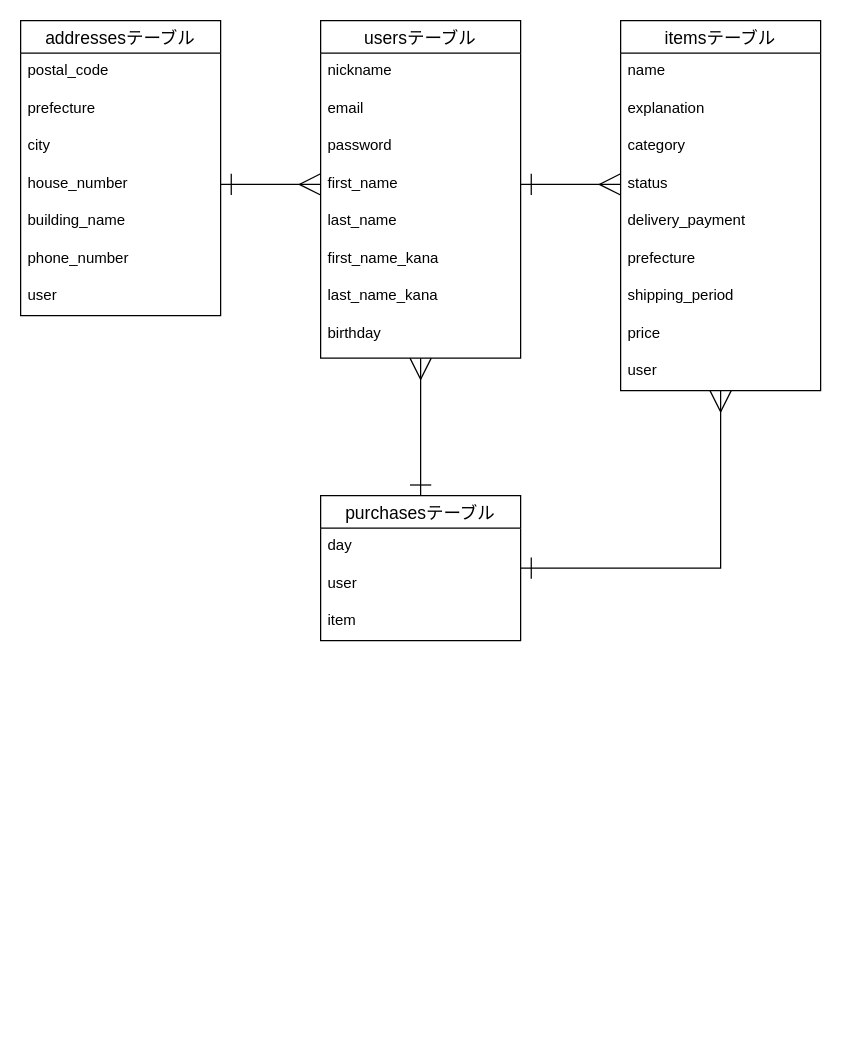
Before: ER.dio in TechMura/furima-30319, a draw.io diagram. Source tidied: cells renumbered, new cells numbered last; positions are measured from the earlier drawing's top-left corner, leaving out a move shared by most shapes. Both pictures are drawn from the tidied source at 125%, with x=0, y=0 at pixel (20, 20).
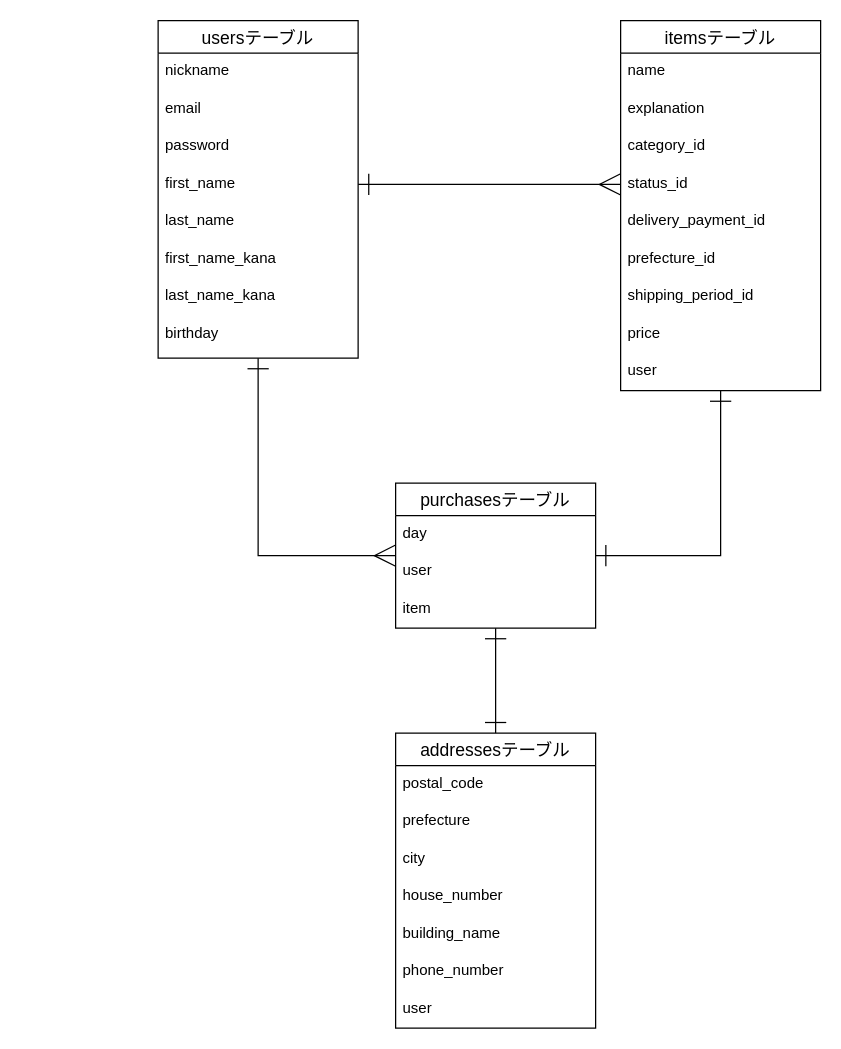
The same page after the edit.

The change refers to these unchanged cells:
```xml
<mxCell id="2" value="itemsテーブル" style="swimlane;fontStyle=0;horizontal=1;startSize=26;align=center;fontSize=14;" parent="1" vertex="1">
  <mxGeometry x="480" width="160" height="296" as="geometry" />
</mxCell>
<mxCell id="19" value="first_name" style="text;strokeColor=none;fillColor=none;spacingLeft=4;spacingRight=4;overflow=hidden;points=[[0,0.5],[1,0.5]];portConstraint=eastwest;fontSize=12;" parent="15" vertex="1">
  <mxGeometry y="116" width="160" height="30" as="geometry" />
</mxCell>
<mxCell id="28" value="house_number" style="text;strokeColor=none;fillColor=none;spacingLeft=4;spacingRight=4;overflow=hidden;points=[[0,0.5],[1,0.5]];portConstraint=eastwest;fontSize=12;" parent="24" vertex="1">
  <mxGeometry y="116" width="160" height="30" as="geometry" />
</mxCell>
```

The edit, as a diff of the source:
```diff
@@
+    <mxCell id="14" style="edgeStyle=orthogonalEdgeStyle;rounded=0;jumpSize=6;jettySize=auto;html=1;entryX=0.998;entryY=0.067;entryDx=0;entryDy=0;startArrow=ERone;startFill=0;startSize=15;endArrow=ERone;endFill=0;endSize=15;strokeWidth=1;entryPerimeter=0;" parent="1" edge="1" source="2" target="35">
+      <mxGeometry relative="1" as="geometry" />
+    </mxCell>
@@
-    <mxCell id="5" value="category" style="text;strokeColor=none;fillColor=none;spacingLeft=4;spacingRight=4;overflow=hidden;fontSize=12;" parent="2" vertex="1">
+    <mxCell id="5" value="category_id" style="text;strokeColor=none;fillColor=none;spacingLeft=4;spacingRight=4;overflow=hidden;fontSize=12;" parent="2" vertex="1">
       <mxGeometry y="86" width="160" height="30" as="geometry" />
     </mxCell>
-    <mxCell id="6" value="status" style="text;strokeColor=none;fillColor=none;spacingLeft=4;spacingRight=4;overflow=hidden;points=[[0,0.5],[1,0.5]];portConstraint=eastwest;fontSize=12;" parent="2" vertex="1">
+    <mxCell id="6" value="status_id" style="text;strokeColor=none;fillColor=none;spacingLeft=4;spacingRight=4;overflow=hidden;points=[[0,0.5],[1,0.5]];portConstraint=eastwest;fontSize=12;" parent="2" vertex="1">
       <mxGeometry y="116" width="160" height="30" as="geometry" />
     </mxCell>
-    <mxCell id="7" value="delivery_payment" style="text;strokeColor=none;fillColor=none;spacingLeft=4;spacingRight=4;overflow=hidden;fontSize=12;" parent="2" vertex="1">
+    <mxCell id="7" value="delivery_payment_id" style="text;strokeColor=none;fillColor=none;spacingLeft=4;spacingRight=4;overflow=hidden;fontSize=12;" parent="2" vertex="1">
       <mxGeometry y="146" width="160" height="30" as="geometry" />
     </mxCell>
-    <mxCell id="8" value="prefecture" style="text;strokeColor=none;fillColor=none;spacingLeft=4;spacingRight=4;overflow=hidden;fontSize=12;" parent="2" vertex="1">
+    <mxCell id="8" value="prefecture_id" style="text;strokeColor=none;fillColor=none;spacingLeft=4;spacingRight=4;overflow=hidden;fontSize=12;" parent="2" vertex="1">
       <mxGeometry y="176" width="160" height="30" as="geometry" />
     </mxCell>
-    <mxCell id="9" value="shipping_period" style="text;strokeColor=none;fillColor=none;spacingLeft=4;spacingRight=4;overflow=hidden;fontSize=12;" parent="2" vertex="1">
+    <mxCell id="9" value="shipping_period_id" style="text;strokeColor=none;fillColor=none;spacingLeft=4;spacingRight=4;overflow=hidden;fontSize=12;" parent="2" vertex="1">
       <mxGeometry y="206" width="160" height="30" as="geometry" />
     </mxCell>
@@
-    <mxCell id="12" style="edgeStyle=orthogonalEdgeStyle;rounded=0;jettySize=auto;html=1;startArrow=ERone;startFill=0;startSize=15;endArrow=ERmany;endFill=0;endSize=15;" parent="1" edge="1" source="33" target="2">
-      <mxGeometry relative="1" as="geometry" />
-    </mxCell>
-    <mxCell id="13" style="edgeStyle=orthogonalEdgeStyle;rounded=0;jettySize=auto;html=1;exitX=1;exitY=0.5;exitDx=0;exitDy=0;entryX=0;entryY=0.5;entryDx=0;entryDy=0;startArrow=ERone;startFill=0;endArrow=ERmany;endFill=0;endSize=15;startSize=15;" parent="1" edge="1" source="19" target="6">
-      <mxGeometry relative="1" as="geometry" />
-    </mxCell>
-    <mxCell id="14" style="edgeStyle=orthogonalEdgeStyle;rounded=0;jettySize=auto;html=1;entryX=0.5;entryY=0;entryDx=0;entryDy=0;startArrow=ERmany;startFill=0;startSize=15;endArrow=ERone;endFill=0;endSize=15;" parent="1" edge="1" source="15" target="33">
-      <mxGeometry relative="1" as="geometry" />
-    </mxCell>
+    <mxCell id="37" style="rounded=0;jettySize=auto;html=1;startArrow=ERone;startFill=0;endArrow=ERmany;endFill=0;endSize=15;startSize=15;edgeStyle=orthogonalEdgeStyle;" parent="1" edge="1" source="15" target="33">
+      <mxGeometry relative="1" as="geometry">
+        <Array as="points">
+          <mxPoint x="190" y="428" />
+        </Array>
+      </mxGeometry>
+    </mxCell>
     <mxCell id="15" value="usersテーブル" style="swimlane;fontStyle=0;horizontal=1;startSize=26;align=center;fontSize=14;" parent="1" vertex="1">
-      <mxGeometry x="240" width="160" height="270" as="geometry" />
+      <mxGeometry x="110" width="160" height="270" as="geometry" />
     </mxCell>
@@
+    <mxCell id="12" style="edgeStyle=orthogonalEdgeStyle;rounded=0;jettySize=auto;html=1;exitX=1;exitY=0.5;exitDx=0;exitDy=0;entryX=0;entryY=0.5;entryDx=0;entryDy=0;endArrow=ERmany;endFill=0;strokeWidth=1;jumpSize=6;endSize=15;startSize=15;startArrow=ERone;startFill=0;" parent="1" edge="1" source="19" target="6">
+      <mxGeometry relative="1" as="geometry" />
+    </mxCell>
+    <mxCell id="38" style="edgeStyle=none;rounded=0;jettySize=auto;html=1;entryX=0.5;entryY=0;entryDx=0;entryDy=0;endArrow=ERone;endFill=0;startArrow=ERone;startFill=0;endSize=15;startSize=15;" parent="1" edge="1" source="33" target="24">
+      <mxGeometry relative="1" as="geometry" />
+    </mxCell>
+    <mxCell id="33" value="purchasesテーブル" style="swimlane;fontStyle=0;horizontal=1;startSize=26;align=center;fontSize=14;" parent="1" vertex="1">
+      <mxGeometry x="300" y="370" width="160" height="116" as="geometry" />
+    </mxCell>
+    <mxCell id="34" value="day" style="text;strokeColor=none;fillColor=none;spacingLeft=4;spacingRight=4;overflow=hidden;fontSize=12;" parent="33" vertex="1">
+      <mxGeometry y="26" width="160" height="30" as="geometry" />
+    </mxCell>
+    <mxCell id="35" value="user" style="text;strokeColor=none;fillColor=none;spacingLeft=4;spacingRight=4;overflow=hidden;points=[[0,0.5],[1,0.5]];portConstraint=eastwest;fontSize=12;" parent="33" vertex="1">
+      <mxGeometry y="56" width="160" height="30" as="geometry" />
+    </mxCell>
+    <mxCell id="36" value="item" style="text;strokeColor=none;fillColor=none;spacingLeft=4;spacingRight=4;overflow=hidden;fontSize=12;" parent="33" vertex="1">
+      <mxGeometry y="86" width="160" height="30" as="geometry" />
+    </mxCell>
     <mxCell id="24" value="addressesテーブル" style="swimlane;fontStyle=0;horizontal=1;startSize=26;align=center;fontSize=14;" parent="1" vertex="1">
-      <mxGeometry width="160" height="236" as="geometry" />
+      <mxGeometry x="300" y="570" width="160" height="236" as="geometry" />
     </mxCell>
@@
-    <mxCell id="32" style="edgeStyle=orthogonalEdgeStyle;rounded=0;jettySize=auto;html=1;startArrow=ERone;startFill=0;startSize=15;endArrow=ERmany;endFill=0;endSize=15;" parent="1" edge="1" source="28" target="19">
-      <mxGeometry relative="1" as="geometry" />
-    </mxCell>
-    <mxCell id="33" value="purchasesテーブル" style="swimlane;fontStyle=0;horizontal=1;startSize=26;align=center;fontSize=14;" parent="1" vertex="1">
-      <mxGeometry x="240" y="380" width="160" height="116" as="geometry" />
-    </mxCell>
-    <mxCell id="34" value="day" style="text;strokeColor=none;fillColor=none;spacingLeft=4;spacingRight=4;overflow=hidden;fontSize=12;" parent="33" vertex="1">
-      <mxGeometry y="26" width="160" height="30" as="geometry" />
-    </mxCell>
-    <mxCell id="35" value="user" style="text;strokeColor=none;fillColor=none;spacingLeft=4;spacingRight=4;overflow=hidden;points=[[0,0.5],[1,0.5]];portConstraint=eastwest;fontSize=12;" parent="33" vertex="1">
-      <mxGeometry y="56" width="160" height="30" as="geometry" />
-    </mxCell>
-    <mxCell id="36" value="item" style="text;strokeColor=none;fillColor=none;spacingLeft=4;spacingRight=4;overflow=hidden;fontSize=12;" parent="33" vertex="1">
-      <mxGeometry y="86" width="160" height="30" as="geometry" />
-    </mxCell>
```
